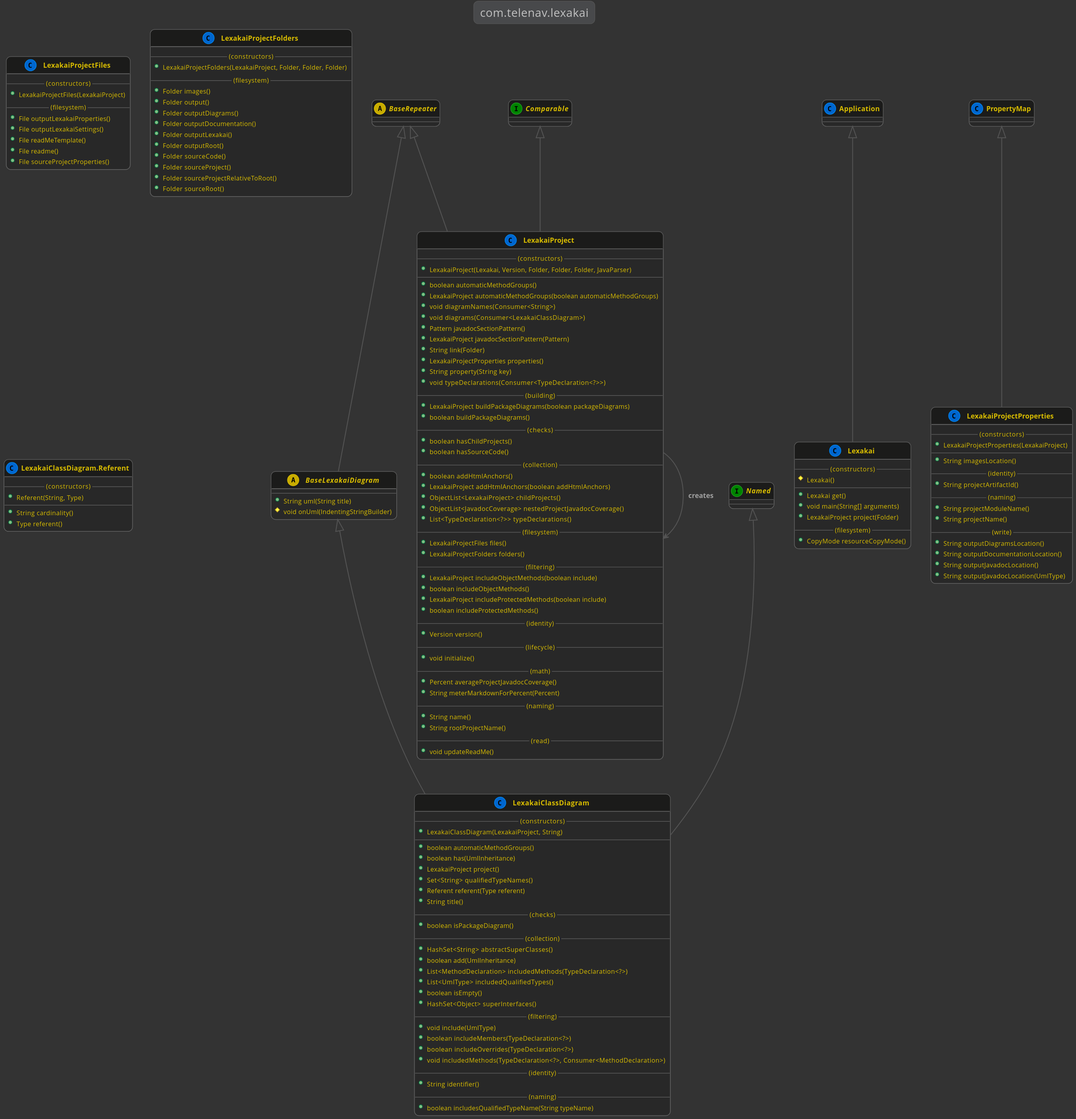
Earlier version of the PlantUML export docs/lexakai/lexakai/documentation/diagrams/com.telenav.lexakai.svg (Telenav/lexakai-assets).
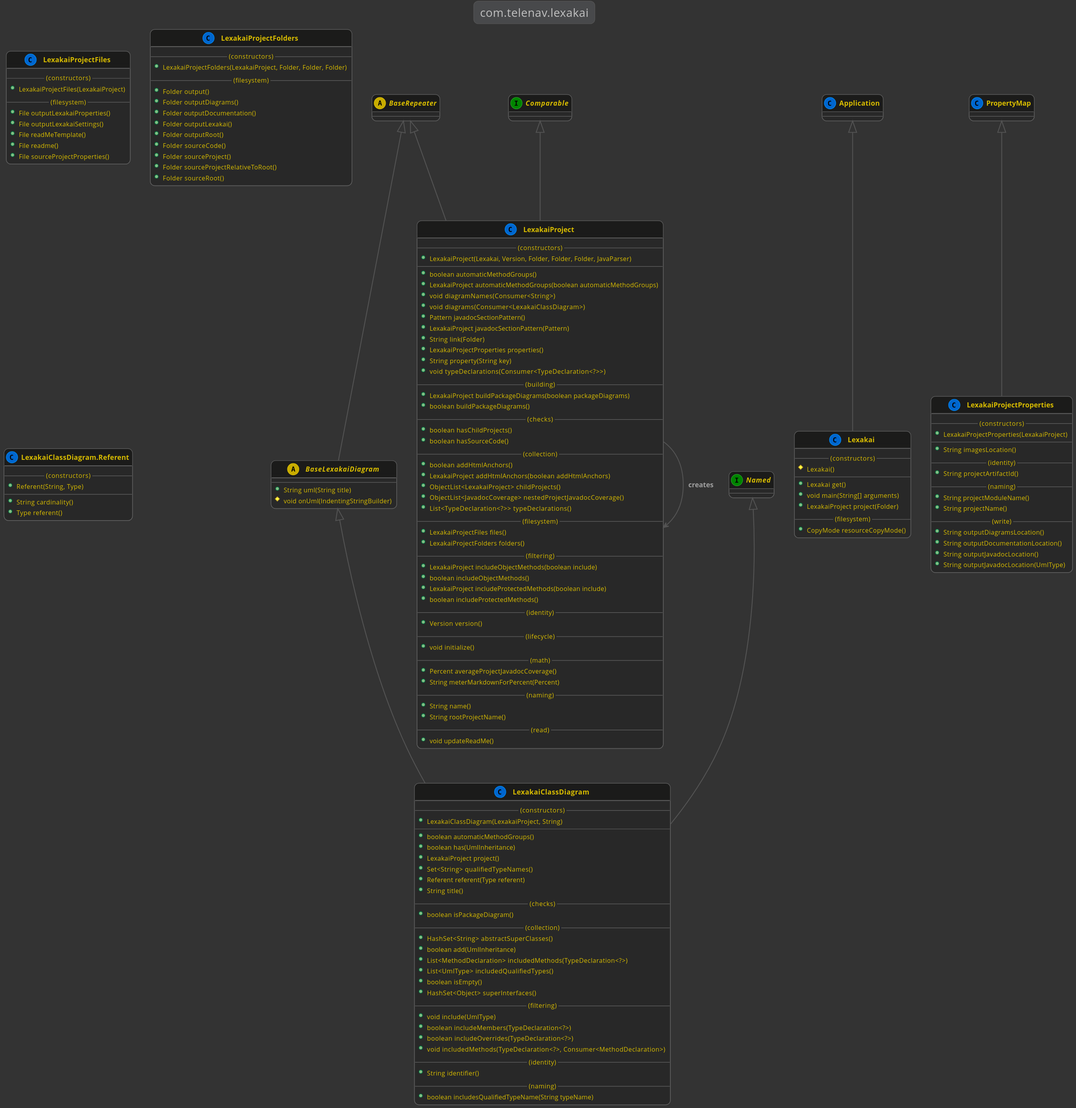
Later version of the same file.

Change to the diagram source:
```diff
@@ -133,7 +133,6 @@
         --(constructors)--
         +LexakaiProjectFolders(LexakaiProject, Folder, Folder, Folder)
         --(filesystem)--
-        +Folder images()
         +Folder output()
         +Folder outputDiagrams()
         +Folder outputDocumentation()
```
